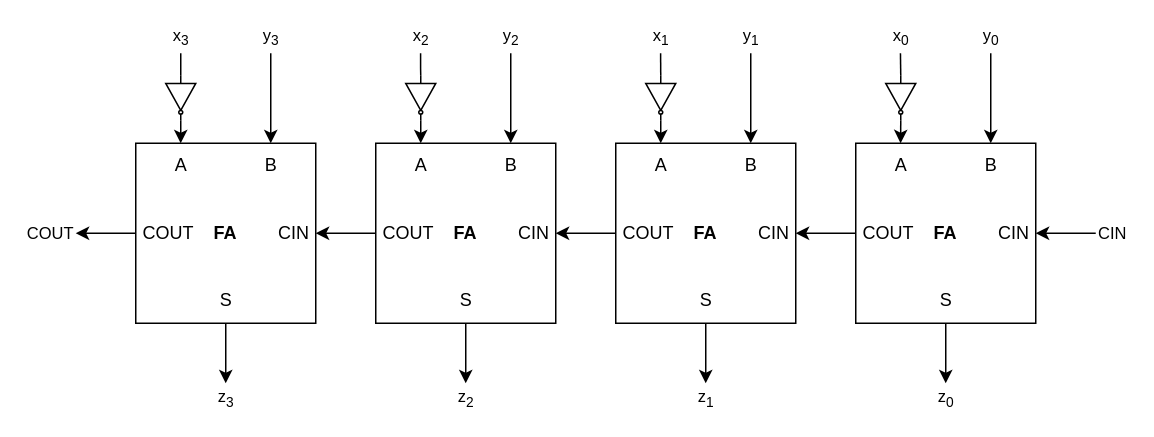
Earlier version of the draw.io diagram 01_doc/03_drawings/01_design/butterfly/adder_subtracter.drawio (Diogofernandes5/mthesis). Source tidied: cells renumbered, new cells numbered last; positions are measured from the earlier drawing's top-left corner, leaving out a move shared by most shapes. Both pictures are drawn from the tidied source at 150%, with x=0, y=0 at pixel (75, 52).
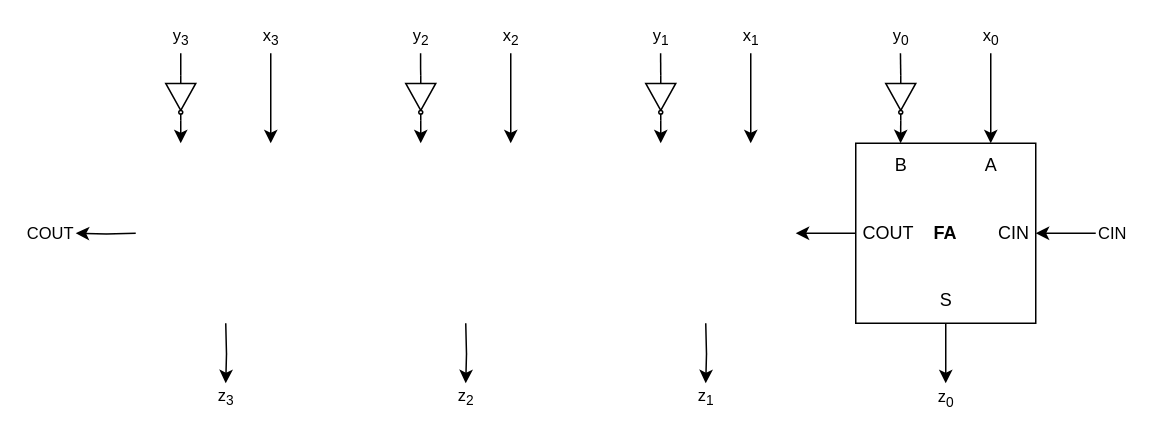
The same diagram, later.

Unchanged cells that the change refers to:
```xml
<mxCell id="6" value="COUT" style="text;html=1;align=left;verticalAlign=middle;points=[];strokeColor=none;fillColor=none;spacingRight=-9;spacingLeft=3;" parent="1" vertex="1">
  <mxGeometry x="520" y="105" width="50" height="30" as="geometry" />
</mxCell>
<mxCell id="43" style="verticalLabelPosition=bottom;shadow=0;dashed=0;align=center;html=1;verticalAlign=top;shape=mxgraph.electrical.logic_gates.inverter_2;rotation=90;" parent="1" vertex="1">
  <mxGeometry x="55" y="20" width="30" height="20" as="geometry" />
</mxCell>
<mxCell id="46" style="verticalLabelPosition=bottom;shadow=0;dashed=0;align=center;html=1;verticalAlign=top;shape=mxgraph.electrical.logic_gates.inverter_2;rotation=90;" parent="1" vertex="1">
  <mxGeometry x="215" y="20" width="30" height="20" as="geometry" />
</mxCell>
<mxCell id="48" style="verticalLabelPosition=bottom;shadow=0;dashed=0;align=center;html=1;verticalAlign=top;shape=mxgraph.electrical.logic_gates.inverter_2;rotation=90;" parent="1" vertex="1">
  <mxGeometry x="375" y="20" width="30" height="20" as="geometry" />
</mxCell>
<mxCell id="50" style="verticalLabelPosition=bottom;shadow=0;dashed=0;align=center;html=1;verticalAlign=top;shape=mxgraph.electrical.logic_gates.inverter_2;rotation=90;" parent="1" vertex="1">
  <mxGeometry x="535" y="20" width="30" height="20" as="geometry" />
</mxCell>
```

What changed in the source:
```diff
@@
-    <mxCell id="5" style="edgeStyle=orthogonalEdgeStyle;rounded=0;jettySize=auto;html=1;" parent="1" edge="1" source="6" target="14">
-      <mxGeometry relative="1" as="geometry" />
+    <mxCell id="5" style="edgeStyle=orthogonalEdgeStyle;rounded=0;jettySize=auto;html=1;" parent="1" edge="1" source="6">
+      <mxGeometry relative="1" as="geometry">
+        <mxPoint x="480" y="120" as="targetPoint" />
+      </mxGeometry>
     </mxCell>
@@
-    <mxCell id="9" value="x&lt;sub&gt;0&lt;/sub&gt;" style="edgeStyle=orthogonalEdgeStyle;rounded=0;jettySize=auto;html=1;entryX=0;entryY=0.5;entryDx=0;entryDy=0;entryPerimeter=0;endArrow=none;endFill=0;" parent="1" edge="1" target="50">
+    <mxCell id="9" value="y&lt;sub&gt;0&lt;/sub&gt;" style="edgeStyle=orthogonalEdgeStyle;rounded=0;jettySize=auto;html=1;entryX=0;entryY=0.5;entryDx=0;entryDy=0;entryPerimeter=0;endArrow=none;endFill=0;" parent="1" edge="1" target="50">
       <mxGeometry x="-1" y="-10" relative="1" as="geometry">
         <mxPoint x="549.8" as="sourcePoint" />
         <mxPoint x="10" y="-10" as="offset" />
       </mxGeometry>
     </mxCell>
-    <mxCell id="10" value="A" style="text;html=1;align=center;verticalAlign=middle;strokeColor=none;fillColor=none;spacingRight=3;spacingLeft=3;" parent="1" vertex="1">
+    <mxCell id="10" value="B" style="text;html=1;align=center;verticalAlign=middle;strokeColor=none;fillColor=none;spacingRight=3;spacingLeft=3;" parent="1" vertex="1">
       <mxGeometry x="535" y="60" width="30" height="30" as="geometry" />
     </mxCell>
-    <mxCell id="11" value="y&lt;sub&gt;0&lt;/sub&gt;" style="edgeStyle=orthogonalEdgeStyle;rounded=0;jettySize=auto;html=1;" parent="1" edge="1" target="12">
+    <mxCell id="11" value="x&lt;sub&gt;0&lt;/sub&gt;" style="edgeStyle=orthogonalEdgeStyle;rounded=0;jettySize=auto;html=1;" parent="1" edge="1" target="12">
       <mxGeometry x="-1" y="-10" relative="1" as="geometry">
         <mxPoint x="610" as="sourcePoint" />
         <Array as="points">
           <mxPoint x="610" y="30" />
           <mxPoint x="610" y="30" />
         </Array>
         <mxPoint x="10" y="-10" as="offset" />
       </mxGeometry>
     </mxCell>
-    <mxCell id="12" value="B" style="text;html=1;align=center;verticalAlign=middle;points=[];strokeColor=none;fillColor=none;spacingRight=3;spacingLeft=3;" parent="1" vertex="1">
+    <mxCell id="12" value="A" style="text;html=1;align=center;verticalAlign=middle;points=[];strokeColor=none;fillColor=none;spacingRight=3;spacingLeft=3;" parent="1" vertex="1">
       <mxGeometry x="595" y="60" width="30" height="30" as="geometry" />
     </mxCell>
-    <mxCell id="13" value="FA" style="rounded=0;whiteSpace=wrap;html=1;fontStyle=1;" parent="1" vertex="1">
-      <mxGeometry x="360" y="60" width="120" height="120" as="geometry" />
-    </mxCell>
-    <mxCell id="14" value="CIN" style="text;html=1;align=right;verticalAlign=middle;points=[];strokeColor=none;fillColor=none;spacingRight=3;spacingLeft=-9;" parent="1" vertex="1">
-      <mxGeometry x="450" y="105" width="30" height="30" as="geometry" />
-    </mxCell>
-    <mxCell id="15" style="edgeStyle=orthogonalEdgeStyle;rounded=0;jettySize=auto;html=1;" parent="1" edge="1" source="16" target="24">
-      <mxGeometry relative="1" as="geometry" />
-    </mxCell>
-    <mxCell id="16" value="COUT" style="text;html=1;align=left;verticalAlign=middle;points=[];strokeColor=none;fillColor=none;spacingRight=-9;spacingLeft=3;" parent="1" vertex="1">
-      <mxGeometry x="360" y="105" width="50" height="30" as="geometry" />
-    </mxCell>
-    <mxCell id="17" value="z&lt;sub&gt;1&lt;/sub&gt;" style="edgeStyle=orthogonalEdgeStyle;rounded=0;jettySize=auto;html=1;" parent="1" edge="1" source="18">
+    <mxCell id="17" value="z&lt;sub&gt;1&lt;/sub&gt;" style="edgeStyle=orthogonalEdgeStyle;rounded=0;orthogonalLoop=1;jettySize=auto;html=1;" parent="1" edge="1">
       <mxGeometry x="1" y="10" relative="1" as="geometry">
+        <mxPoint x="420" y="180" as="sourcePoint" />
         <mxPoint x="420" y="220" as="targetPoint" />
         <mxPoint x="-10" y="10" as="offset" />
       </mxGeometry>
     </mxCell>
-    <mxCell id="18" value="S" style="text;html=1;align=center;verticalAlign=middle;points=[];strokeColor=none;fillColor=none;spacingRight=3;spacingLeft=3;" parent="1" vertex="1">
-      <mxGeometry x="405" y="150" width="30" height="30" as="geometry" />
-    </mxCell>
-    <mxCell id="19" value="x&lt;sub&gt;1&lt;/sub&gt;" style="edgeStyle=orthogonalEdgeStyle;rounded=0;jettySize=auto;html=1;entryX=0;entryY=0.5;entryDx=0;entryDy=0;entryPerimeter=0;endArrow=none;endFill=0;" parent="1" edge="1" target="48">
+    <mxCell id="19" value="y&lt;sub&gt;1&lt;/sub&gt;" style="edgeStyle=orthogonalEdgeStyle;rounded=0;jettySize=auto;html=1;entryX=0;entryY=0.5;entryDx=0;entryDy=0;entryPerimeter=0;endArrow=none;endFill=0;" parent="1" edge="1" target="48">
       <mxGeometry x="-1" y="-10" relative="1" as="geometry">
         <mxPoint x="389.9" as="sourcePoint" />
         <mxPoint x="10" y="-10" as="offset" />
       </mxGeometry>
     </mxCell>
-    <mxCell id="20" value="A" style="text;html=1;align=center;verticalAlign=middle;points=[];strokeColor=none;fillColor=none;spacingRight=3;spacingLeft=3;" parent="1" vertex="1">
-      <mxGeometry x="375" y="60" width="30" height="30" as="geometry" />
-    </mxCell>
-    <mxCell id="21" value="y&lt;sub&gt;1&lt;/sub&gt;" style="edgeStyle=orthogonalEdgeStyle;rounded=0;jettySize=auto;html=1;" parent="1" edge="1" target="22">
+    <mxCell id="21" value="x&lt;sub&gt;1&lt;/sub&gt;" style="edgeStyle=orthogonalEdgeStyle;rounded=0;orthogonalLoop=1;jettySize=auto;html=1;" parent="1" edge="1">
       <mxGeometry x="-1" y="-10" relative="1" as="geometry">
         <mxPoint x="450" as="sourcePoint" />
+        <mxPoint x="450" y="60" as="targetPoint" />
         <Array as="points">
           <mxPoint x="450" y="30" />
           <mxPoint x="450" y="30" />
         </Array>
         <mxPoint x="10" y="-10" as="offset" />
       </mxGeometry>
     </mxCell>
-    <mxCell id="22" value="B" style="text;html=1;align=center;verticalAlign=middle;points=[];strokeColor=none;fillColor=none;spacingRight=3;spacingLeft=3;" parent="1" vertex="1">
-      <mxGeometry x="435" y="60" width="30" height="30" as="geometry" />
-    </mxCell>
-    <mxCell id="23" value="FA" style="rounded=0;whiteSpace=wrap;html=1;fontStyle=1;" parent="1" vertex="1">
-      <mxGeometry x="200" y="60" width="120" height="120" as="geometry" />
-    </mxCell>
-    <mxCell id="24" value="CIN" style="text;html=1;align=right;verticalAlign=middle;points=[];strokeColor=none;fillColor=none;spacingRight=3;spacingLeft=-9;" parent="1" vertex="1">
-      <mxGeometry x="290" y="105" width="30" height="30" as="geometry" />
-    </mxCell>
-    <mxCell id="25" style="edgeStyle=orthogonalEdgeStyle;rounded=0;jettySize=auto;html=1;" parent="1" edge="1" source="26" target="34">
-      <mxGeometry relative="1" as="geometry" />
-    </mxCell>
-    <mxCell id="26" value="COUT" style="text;html=1;align=left;verticalAlign=middle;points=[];strokeColor=none;fillColor=none;spacingRight=-9;spacingLeft=3;" parent="1" vertex="1">
-      <mxGeometry x="200" y="105" width="50" height="30" as="geometry" />
-    </mxCell>
-    <mxCell id="27" value="z&lt;sub&gt;2&lt;/sub&gt;" style="edgeStyle=orthogonalEdgeStyle;rounded=0;jettySize=auto;html=1;" parent="1" edge="1" source="28">
+    <mxCell id="27" value="z&lt;sub&gt;2&lt;/sub&gt;" style="edgeStyle=orthogonalEdgeStyle;rounded=0;orthogonalLoop=1;jettySize=auto;html=1;" parent="1" edge="1">
       <mxGeometry x="1" y="10" relative="1" as="geometry">
+        <mxPoint x="260" y="180" as="sourcePoint" />
         <mxPoint x="260" y="220" as="targetPoint" />
         <mxPoint x="-10" y="10" as="offset" />
       </mxGeometry>
     </mxCell>
-    <mxCell id="28" value="S" style="text;html=1;align=center;verticalAlign=middle;points=[];strokeColor=none;fillColor=none;spacingRight=3;spacingLeft=3;" parent="1" vertex="1">
-      <mxGeometry x="245" y="150" width="30" height="30" as="geometry" />
-    </mxCell>
-    <mxCell id="29" value="x&lt;sub&gt;2&lt;/sub&gt;" style="edgeStyle=orthogonalEdgeStyle;rounded=0;jettySize=auto;html=1;entryX=0;entryY=0.5;entryDx=0;entryDy=0;entryPerimeter=0;endArrow=none;endFill=0;" parent="1" edge="1" target="46">
+    <mxCell id="29" value="y&lt;sub&gt;2&lt;/sub&gt;" style="edgeStyle=orthogonalEdgeStyle;rounded=0;jettySize=auto;html=1;entryX=0;entryY=0.5;entryDx=0;entryDy=0;entryPerimeter=0;endArrow=none;endFill=0;" parent="1" edge="1" target="46">
       <mxGeometry x="-1" y="10" relative="1" as="geometry">
         <mxPoint x="229.9" as="sourcePoint" />
         <Array as="points">
           <mxPoint x="230" y="10" />
           <mxPoint x="230" y="10" />
         </Array>
         <mxPoint x="-10" y="-10" as="offset" />
       </mxGeometry>
     </mxCell>
-    <mxCell id="30" value="A" style="text;html=1;align=center;verticalAlign=middle;points=[];strokeColor=none;fillColor=none;spacingRight=3;spacingLeft=3;" parent="1" vertex="1">
-      <mxGeometry x="215" y="60" width="30" height="30" as="geometry" />
-    </mxCell>
-    <mxCell id="31" value="y&lt;sub&gt;2&lt;/sub&gt;" style="edgeStyle=orthogonalEdgeStyle;rounded=0;jettySize=auto;html=1;" parent="1" edge="1" target="32">
+    <mxCell id="31" value="x&lt;sub&gt;2&lt;/sub&gt;" style="edgeStyle=orthogonalEdgeStyle;rounded=0;orthogonalLoop=1;jettySize=auto;html=1;" parent="1" edge="1">
       <mxGeometry x="-1" y="10" relative="1" as="geometry">
         <mxPoint x="290" as="sourcePoint" />
+        <mxPoint x="290" y="60" as="targetPoint" />
         <Array as="points">
           <mxPoint x="290" y="41" />
           <mxPoint x="290" y="41" />
         </Array>
         <mxPoint x="-10" y="-10" as="offset" />
       </mxGeometry>
     </mxCell>
-    <mxCell id="32" value="B" style="text;html=1;align=center;verticalAlign=middle;points=[];strokeColor=none;fillColor=none;spacingRight=3;spacingLeft=3;" parent="1" vertex="1">
-      <mxGeometry x="275" y="60" width="30" height="30" as="geometry" />
-    </mxCell>
-    <mxCell id="33" value="FA" style="rounded=0;whiteSpace=wrap;html=1;fontStyle=1;" parent="1" vertex="1">
-      <mxGeometry x="40" y="60" width="120" height="120" as="geometry" />
-    </mxCell>
-    <mxCell id="34" value="CIN" style="text;html=1;align=right;verticalAlign=middle;points=[];strokeColor=none;fillColor=none;spacingRight=3;spacingLeft=-9;" parent="1" vertex="1">
-      <mxGeometry x="130" y="105" width="30" height="30" as="geometry" />
-    </mxCell>
-    <mxCell id="35" value="COUT" style="edgeStyle=orthogonalEdgeStyle;rounded=0;jettySize=auto;html=1;align=right;" parent="1" edge="1" source="36">
+    <mxCell id="35" value="COUT" style="edgeStyle=orthogonalEdgeStyle;rounded=0;orthogonalLoop=1;jettySize=auto;html=1;align=right;" parent="1" edge="1">
       <mxGeometry x="1" relative="1" as="geometry">
+        <mxPoint x="40" y="120" as="sourcePoint" />
         <mxPoint y="120" as="targetPoint" />
       </mxGeometry>
     </mxCell>
-    <mxCell id="36" value="COUT" style="text;html=1;align=left;verticalAlign=middle;points=[];strokeColor=none;fillColor=none;spacingRight=-9;spacingLeft=3;" parent="1" vertex="1">
-      <mxGeometry x="40" y="105" width="50" height="30" as="geometry" />
-    </mxCell>
-    <mxCell id="37" value="z&lt;sub&gt;3&lt;/sub&gt;" style="edgeStyle=orthogonalEdgeStyle;rounded=0;jettySize=auto;html=1;" parent="1" edge="1" source="38">
+    <mxCell id="37" value="z&lt;sub&gt;3&lt;/sub&gt;" style="edgeStyle=orthogonalEdgeStyle;rounded=0;orthogonalLoop=1;jettySize=auto;html=1;" parent="1" edge="1">
       <mxGeometry x="1" y="10" relative="1" as="geometry">
+        <mxPoint x="100" y="180" as="sourcePoint" />
         <mxPoint x="100" y="220" as="targetPoint" />
         <mxPoint x="-10" y="10" as="offset" />
       </mxGeometry>
     </mxCell>
-    <mxCell id="38" value="S" style="text;html=1;align=center;verticalAlign=middle;points=[];strokeColor=none;fillColor=none;spacingRight=3;spacingLeft=3;" parent="1" vertex="1">
-      <mxGeometry x="85" y="150" width="30" height="30" as="geometry" />
-    </mxCell>
-    <mxCell id="39" value="x&lt;sub&gt;3&lt;/sub&gt;" style="edgeStyle=orthogonalEdgeStyle;rounded=0;jettySize=auto;html=1;entryX=0;entryY=0.5;entryDx=0;entryDy=0;entryPerimeter=0;endArrow=none;endFill=0;" parent="1" edge="1" target="43">
+    <mxCell id="39" value="y&lt;sub&gt;3&lt;/sub&gt;" style="edgeStyle=orthogonalEdgeStyle;rounded=0;jettySize=auto;html=1;entryX=0;entryY=0.5;entryDx=0;entryDy=0;entryPerimeter=0;endArrow=none;endFill=0;" parent="1" edge="1" target="43">
       <mxGeometry x="-1" y="10" relative="1" as="geometry">
         <mxPoint x="70" as="sourcePoint" />
         <Array as="points">
           <mxPoint x="70" y="10" />
           <mxPoint x="70" y="10" />
         </Array>
         <mxPoint x="-10" y="-10" as="offset" />
       </mxGeometry>
     </mxCell>
-    <mxCell id="40" value="A" style="text;html=1;align=center;verticalAlign=middle;points=[];strokeColor=none;fillColor=none;spacingRight=3;spacingLeft=3;" parent="1" vertex="1">
-      <mxGeometry x="55" y="60" width="30" height="30" as="geometry" />
-    </mxCell>
-    <mxCell id="41" value="y&lt;sub&gt;3&lt;/sub&gt;" style="edgeStyle=orthogonalEdgeStyle;rounded=0;jettySize=auto;html=1;" parent="1" edge="1" target="42">
+    <mxCell id="41" value="x&lt;sub&gt;3&lt;/sub&gt;" style="edgeStyle=orthogonalEdgeStyle;rounded=0;orthogonalLoop=1;jettySize=auto;html=1;" parent="1" edge="1">
       <mxGeometry x="-1" y="10" relative="1" as="geometry">
         <mxPoint x="130" as="sourcePoint" />
+        <mxPoint x="130" y="60" as="targetPoint" />
         <Array as="points">
           <mxPoint x="130" y="41" />
           <mxPoint x="130" y="41" />
         </Array>
         <mxPoint x="-10" y="-10" as="offset" />
       </mxGeometry>
     </mxCell>
-    <mxCell id="42" value="B" style="text;html=1;align=center;verticalAlign=middle;points=[];strokeColor=none;fillColor=none;spacingRight=3;spacingLeft=3;" parent="1" vertex="1">
-      <mxGeometry x="115" y="60" width="30" height="30" as="geometry" />
-    </mxCell>
@@
-    <mxCell id="44" style="edgeStyle=orthogonalEdgeStyle;rounded=0;jettySize=auto;html=1;exitX=1;exitY=0.5;exitDx=0;exitDy=0;exitPerimeter=0;entryX=0.499;entryY=0;entryDx=0;entryDy=0;entryPerimeter=0;" parent="1" edge="1" source="43" target="40">
-      <mxGeometry relative="1" as="geometry" />
+    <mxCell id="44" style="edgeStyle=orthogonalEdgeStyle;rounded=0;jettySize=auto;html=1;exitX=1;exitY=0.5;exitDx=0;exitDy=0;exitPerimeter=0;entryX=0.499;entryY=0;entryDx=0;entryDy=0;entryPerimeter=0;" parent="1" edge="1" source="43">
+      <mxGeometry relative="1" as="geometry">
+        <mxPoint x="70" y="60" as="targetPoint" />
+      </mxGeometry>
     </mxCell>
-    <mxCell id="45" style="edgeStyle=orthogonalEdgeStyle;rounded=0;jettySize=auto;html=1;exitX=1;exitY=0.5;exitDx=0;exitDy=0;exitPerimeter=0;" parent="1" edge="1" source="46" target="30">
+    <mxCell id="45" style="edgeStyle=orthogonalEdgeStyle;rounded=0;jettySize=auto;html=1;exitX=1;exitY=0.5;exitDx=0;exitDy=0;exitPerimeter=0;" parent="1" edge="1" source="46">
       <mxGeometry relative="1" as="geometry">
+        <mxPoint x="230" y="60" as="targetPoint" />
         <Array as="points">
           <mxPoint x="230" y="50" />
           <mxPoint x="230" y="50" />
         </Array>
       </mxGeometry>
     </mxCell>
@@
-    <mxCell id="47" style="edgeStyle=orthogonalEdgeStyle;rounded=0;jettySize=auto;html=1;exitX=1;exitY=0.5;exitDx=0;exitDy=0;exitPerimeter=0;" parent="1" edge="1" source="48" target="20">
+    <mxCell id="47" style="edgeStyle=orthogonalEdgeStyle;rounded=0;jettySize=auto;html=1;exitX=1;exitY=0.5;exitDx=0;exitDy=0;exitPerimeter=0;" parent="1" edge="1" source="48">
       <mxGeometry relative="1" as="geometry">
+        <mxPoint x="390" y="60" as="targetPoint" />
         <Array as="points">
           <mxPoint x="390" y="50" />
           <mxPoint x="390" y="50" />
         </Array>
       </mxGeometry>
     </mxCell>
```
